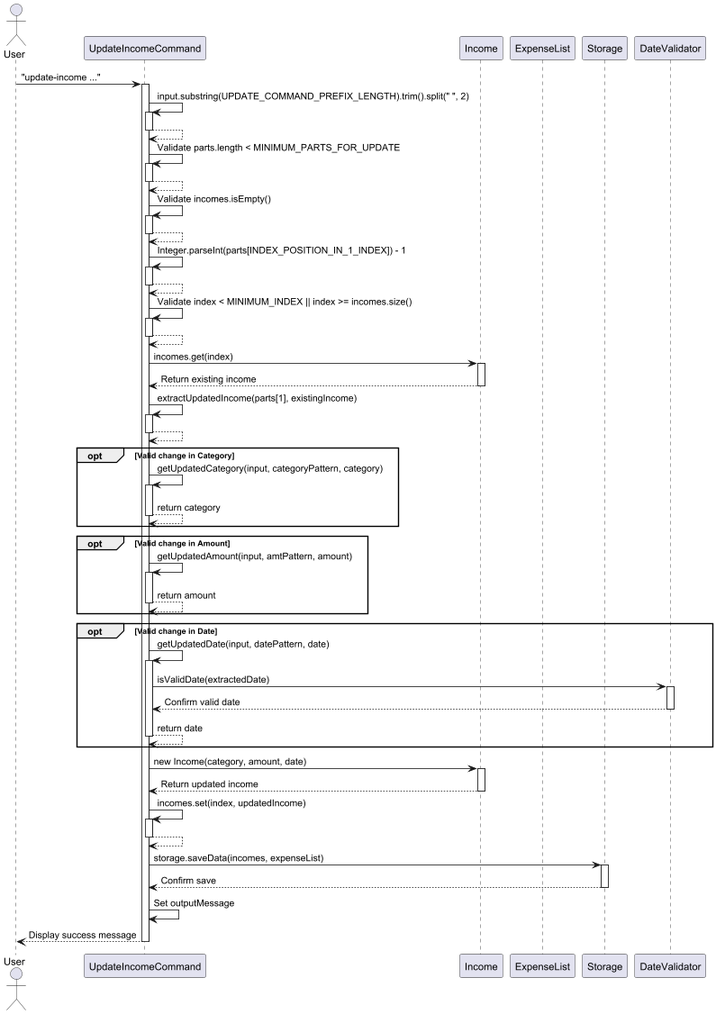
The PlantUML diagram docs/diagrams/UpdateIncomeCommandSequence.png in thienkimtranhoang/tp, before a commit.
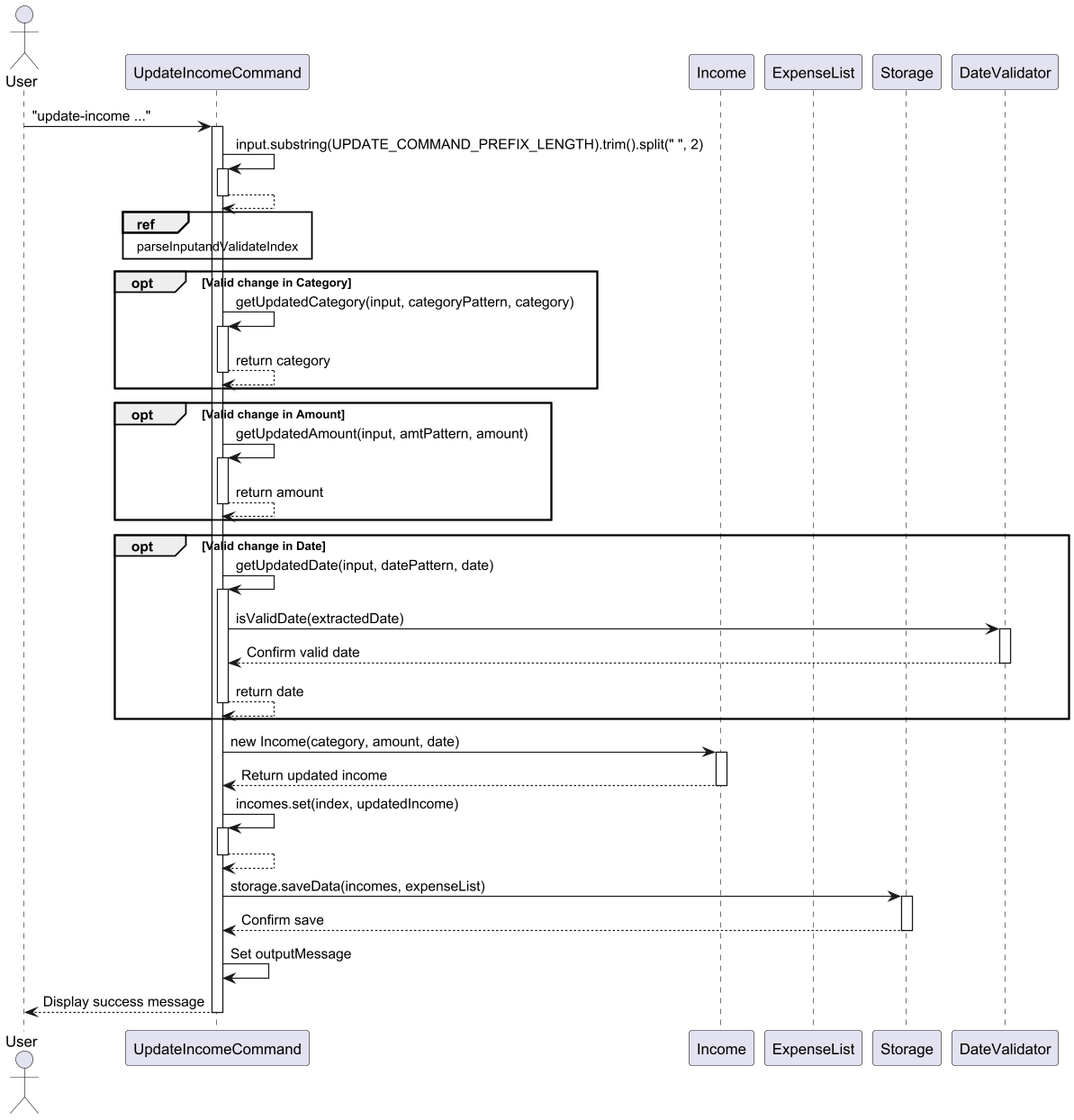
Above is the later version.

Commit message:
update sequence diagrams to make it neater :D

What changed in the source:
```diff
@@ -14,36 +14,8 @@
 activate UpdateIncomeCommand
 UpdateIncomeCommand --> UpdateIncomeCommand
 deactivate UpdateIncomeCommand
-UpdateIncomeCommand -> UpdateIncomeCommand: Validate parts.length < MINIMUM_PARTS_FOR_UPDATE
-activate UpdateIncomeCommand
-UpdateIncomeCommand --> UpdateIncomeCommand
-deactivate UpdateIncomeCommand
-UpdateIncomeCommand -> UpdateIncomeCommand: Validate incomes.isEmpty()
-activate UpdateIncomeCommand
-UpdateIncomeCommand --> UpdateIncomeCommand
-deactivate UpdateIncomeCommand
 
-
-UpdateIncomeCommand -> UpdateIncomeCommand: Integer.parseInt(parts[INDEX_POSITION_IN_1_INDEX]) - 1
-activate UpdateIncomeCommand
-UpdateIncomeCommand --> UpdateIncomeCommand
-deactivate UpdateIncomeCommand
-UpdateIncomeCommand -> UpdateIncomeCommand: Validate index < MINIMUM_INDEX || index >= incomes.size()
-activate UpdateIncomeCommand
-UpdateIncomeCommand --> UpdateIncomeCommand
-deactivate UpdateIncomeCommand
-
-
-UpdateIncomeCommand -> Income: incomes.get(index)
-activate Income
-Income --> UpdateIncomeCommand: Return existing income
-deactivate Income
-
-
-UpdateIncomeCommand -> UpdateIncomeCommand: extractUpdatedIncome(parts[1], existingIncome)
-activate UpdateIncomeCommand
-UpdateIncomeCommand --> UpdateIncomeCommand
-deactivate UpdateIncomeCommand
+ref over UpdateIncomeCommand : parseInputandValidateIndex
 
 opt Valid change in Category
 UpdateIncomeCommand -> UpdateIncomeCommand: getUpdatedCategory(input, categoryPattern, category)
```
